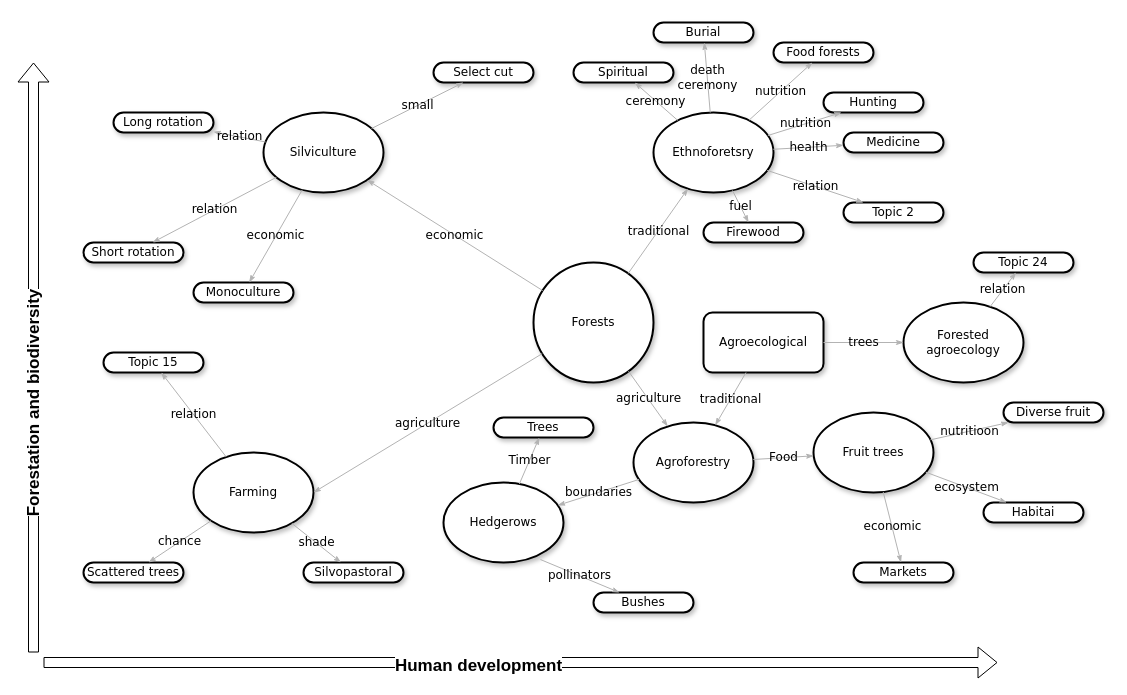
Before: Untitled Diagram.drawio in CWWhitney/ethnoforestry_agroforestry, a draw.io diagram. Source tidied: cells renumbered, new cells numbered last; positions are measured from the earlier drawing's top-left corner, leaving out a move shared by most shapes. Both pictures are drawn from the tidied source at 100%, with x=0, y=0 at pixel (33, 22).
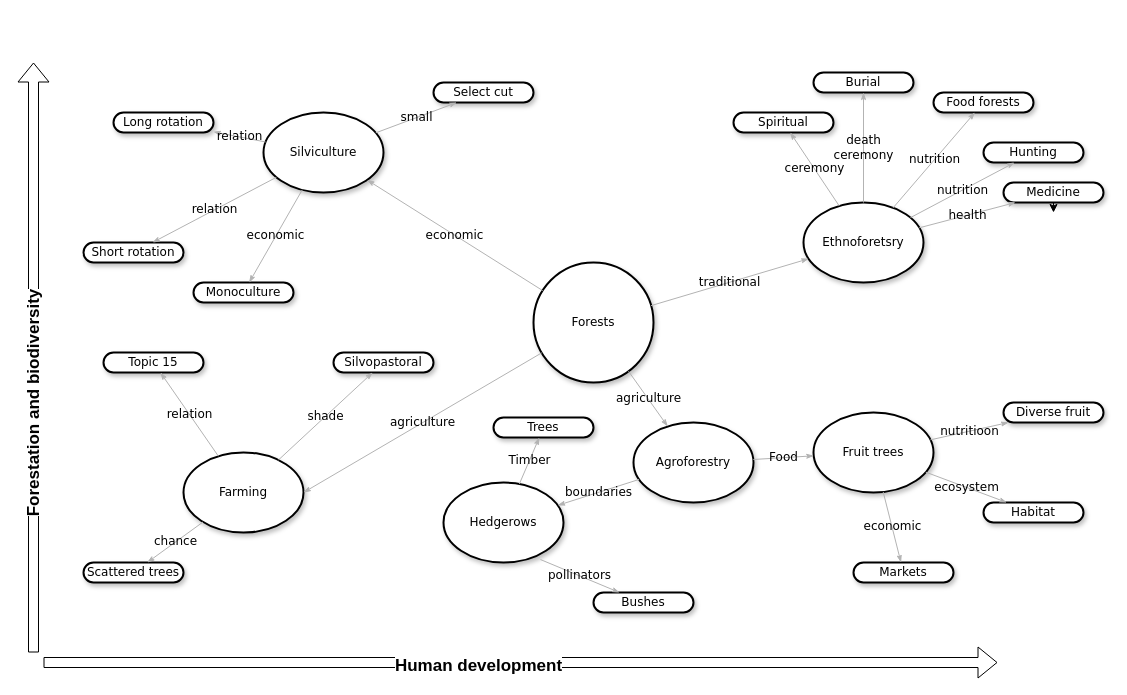
The same page after the edit.

The change refers to these unchanged cells:
```xml
<mxCell id="5" value="&lt;span&gt;Agroforestry&lt;/span&gt;" style="ellipse;whiteSpace=wrap;html=1;rounded=1;shadow=1;comic=0;labelBackgroundColor=none;strokeWidth=2;fontFamily=Verdana;fontSize=12;align=center;" parent="1" vertex="1">
  <mxGeometry x="600" y="400" width="120" height="80" as="geometry" />
</mxCell>
```

The edit, as a diff of the source:
```diff
@@
     <mxCell id="3" value="Ethnoforetsry" style="ellipse;whiteSpace=wrap;html=1;rounded=1;shadow=1;comic=0;labelBackgroundColor=none;strokeWidth=2;fontFamily=Verdana;fontSize=12;align=center;" parent="1" vertex="1">
-      <mxGeometry x="620" y="90" width="120" height="80" as="geometry" />
+      <mxGeometry x="770" y="180" width="120" height="80" as="geometry" />
     </mxCell>
@@
     <mxCell id="10" value="&lt;span&gt;Select cut&lt;/span&gt;" style="whiteSpace=wrap;html=1;rounded=1;shadow=1;comic=0;labelBackgroundColor=none;strokeWidth=2;fontFamily=Verdana;fontSize=12;align=center;arcSize=50;" parent="1" vertex="1">
-      <mxGeometry x="400" y="40" width="100" height="20" as="geometry" />
+      <mxGeometry x="400" y="60" width="100" height="20" as="geometry" />
     </mxCell>
     <mxCell id="11" value="&lt;span&gt;Spiritual&lt;/span&gt;" style="whiteSpace=wrap;html=1;rounded=1;shadow=1;comic=0;labelBackgroundColor=none;strokeWidth=2;fontFamily=Verdana;fontSize=12;align=center;arcSize=50;" parent="1" vertex="1">
-      <mxGeometry x="540" y="40" width="100" height="20" as="geometry" />
+      <mxGeometry x="700" y="90" width="100" height="20" as="geometry" />
     </mxCell>
-    <mxCell id="12" value="Habitai" style="whiteSpace=wrap;html=1;rounded=1;shadow=1;comic=0;labelBackgroundColor=none;strokeWidth=2;fontFamily=Verdana;fontSize=12;align=center;arcSize=50;" parent="1" vertex="1">
+    <mxCell id="12" value="Habitat" style="whiteSpace=wrap;html=1;rounded=1;shadow=1;comic=0;labelBackgroundColor=none;strokeWidth=2;fontFamily=Verdana;fontSize=12;align=center;arcSize=50;" parent="1" vertex="1">
       <mxGeometry x="950" y="480" width="100" height="20" as="geometry" />
     </mxCell>
@@
     <mxCell id="14" value="&lt;span&gt;Burial&lt;/span&gt;" style="whiteSpace=wrap;html=1;rounded=1;shadow=1;comic=0;labelBackgroundColor=none;strokeWidth=2;fontFamily=Verdana;fontSize=12;align=center;arcSize=50;" parent="1" vertex="1">
-      <mxGeometry x="620" width="100" height="20" as="geometry" />
+      <mxGeometry x="780" y="50" width="100" height="20" as="geometry" />
     </mxCell>
     <mxCell id="15" value="&lt;span&gt;Food forests&lt;/span&gt;" style="whiteSpace=wrap;html=1;rounded=1;shadow=1;comic=0;labelBackgroundColor=none;strokeWidth=2;fontFamily=Verdana;fontSize=12;align=center;arcSize=50;" parent="1" vertex="1">
-      <mxGeometry x="740" y="20" width="100" height="20" as="geometry" />
+      <mxGeometry x="900" y="70" width="100" height="20" as="geometry" />
     </mxCell>
     <mxCell id="16" value="&lt;span&gt;Hunting&lt;/span&gt;" style="whiteSpace=wrap;html=1;rounded=1;shadow=1;comic=0;labelBackgroundColor=none;strokeWidth=2;fontFamily=Verdana;fontSize=12;align=center;arcSize=50;" parent="1" vertex="1">
-      <mxGeometry x="790" y="70" width="100" height="20" as="geometry" />
+      <mxGeometry x="950" y="120" width="100" height="20" as="geometry" />
     </mxCell>
+    <mxCell id="64" style="edgeStyle=orthogonalEdgeStyle;rounded=0;jettySize=auto;html=1;exitX=0.5;exitY=0;exitDx=0;exitDy=0;" parent="1" edge="1" source="17">
+      <mxGeometry relative="1" as="geometry">
+        <mxPoint x="1020" y="190" as="targetPoint" />
+      </mxGeometry>
+    </mxCell>
     <mxCell id="17" value="&lt;span&gt;Medicine&lt;/span&gt;" style="whiteSpace=wrap;html=1;rounded=1;shadow=1;comic=0;labelBackgroundColor=none;strokeWidth=2;fontFamily=Verdana;fontSize=12;align=center;arcSize=50;" parent="1" vertex="1">
-      <mxGeometry x="810" y="110" width="100" height="20" as="geometry" />
+      <mxGeometry x="970" y="160" width="100" height="20" as="geometry" />
     </mxCell>
-    <mxCell id="18" value="&lt;span&gt;Topic 2&lt;/span&gt;" style="whiteSpace=wrap;html=1;rounded=1;shadow=1;comic=0;labelBackgroundColor=none;strokeWidth=2;fontFamily=Verdana;fontSize=12;align=center;arcSize=50;" parent="1" vertex="1">
-      <mxGeometry x="810" y="180" width="100" height="20" as="geometry" />
-    </mxCell>
-    <mxCell id="19" value="Firewood" style="whiteSpace=wrap;html=1;rounded=1;shadow=1;comic=0;labelBackgroundColor=none;strokeWidth=2;fontFamily=Verdana;fontSize=12;align=center;arcSize=50;" parent="1" vertex="1">
-      <mxGeometry x="670" y="200" width="100" height="20" as="geometry" />
-    </mxCell>
@@
-    <mxCell id="32" value="fuel" style="edgeStyle=none;rounded=1;html=1;labelBackgroundColor=none;startArrow=none;startFill=0;startSize=5;endArrow=classicThin;endFill=1;endSize=5;jettySize=auto;strokeColor=#B3B3B3;strokeWidth=1;fontFamily=Verdana;fontSize=12;" parent="1" edge="1" source="3" target="19">
-      <mxGeometry relative="1" as="geometry" />
-    </mxCell>
-    <mxCell id="33" value="relation" style="edgeStyle=none;rounded=1;html=1;labelBackgroundColor=none;startArrow=none;startFill=0;startSize=5;endArrow=classicThin;endFill=1;endSize=5;jettySize=auto;strokeColor=#B3B3B3;strokeWidth=1;fontFamily=Verdana;fontSize=12;" parent="1" edge="1" source="3" target="18">
-      <mxGeometry relative="1" as="geometry" />
-    </mxCell>
@@
-    <mxCell id="40" value="Agroecological" style="rounded=1;whiteSpace=wrap;html=1;shadow=1;comic=0;labelBackgroundColor=none;strokeWidth=2;fontFamily=Verdana;fontSize=12;align=center;" parent="1" vertex="1">
-      <mxGeometry x="670" y="290" width="120" height="60" as="geometry" />
-    </mxCell>
-    <mxCell id="41" value="&lt;span&gt;Forested agroecology&lt;/span&gt;" style="ellipse;whiteSpace=wrap;html=1;rounded=1;shadow=1;comic=0;labelBackgroundColor=none;strokeWidth=2;fontFamily=Verdana;fontSize=12;align=center;" parent="1" vertex="1">
-      <mxGeometry x="870" y="280" width="120" height="80" as="geometry" />
-    </mxCell>
-    <mxCell id="42" value="&lt;span&gt;Topic 24&lt;/span&gt;" style="whiteSpace=wrap;html=1;rounded=1;shadow=1;comic=0;labelBackgroundColor=none;strokeWidth=2;fontFamily=Verdana;fontSize=12;align=center;arcSize=50;" parent="1" vertex="1">
-      <mxGeometry x="940" y="230" width="100" height="20" as="geometry" />
-    </mxCell>
@@
-    <mxCell id="46" value="relation" style="edgeStyle=none;rounded=1;html=1;labelBackgroundColor=none;startArrow=none;startFill=0;startSize=5;endArrow=classicThin;endFill=1;endSize=5;jettySize=auto;strokeColor=#B3B3B3;strokeWidth=1;fontFamily=Verdana;fontSize=12;" parent="1" edge="1" source="41" target="42">
-      <mxGeometry relative="1" as="geometry" />
-    </mxCell>
-    <mxCell id="47" value="trees" style="edgeStyle=none;rounded=1;html=1;labelBackgroundColor=none;startArrow=none;startFill=0;startSize=5;endArrow=classicThin;endFill=1;endSize=5;jettySize=auto;strokeColor=#B3B3B3;strokeWidth=1;fontFamily=Verdana;fontSize=12;" parent="1" edge="1" source="40" target="41">
-      <mxGeometry relative="1" as="geometry" />
+    <mxCell id="47" value="trees" style="edgeStyle=none;rounded=1;html=1;labelBackgroundColor=none;startArrow=none;startFill=0;startSize=5;endArrow=classicThin;endFill=1;endSize=5;jettySize=auto;orthogonalLoop=1;strokeColor=#B3B3B3;strokeWidth=1;fontFamily=Verdana;fontSize=12;" parent="1" edge="1">
+      <mxGeometry relative="1" as="geometry">
+        <mxPoint x="790" y="320" as="sourcePoint" />
+      </mxGeometry>
     </mxCell>
-    <mxCell id="48" value="traditional" style="edgeStyle=none;rounded=1;html=1;labelBackgroundColor=none;startArrow=none;startFill=0;startSize=5;endArrow=classicThin;endFill=1;endSize=5;jettySize=auto;strokeColor=#B3B3B3;strokeWidth=1;fontFamily=Verdana;fontSize=12;" parent="1" edge="1" source="40" target="5">
-      <mxGeometry relative="1" as="geometry" />
-    </mxCell>
     <mxCell id="49" value="&lt;span&gt;Farming&lt;/span&gt;" style="ellipse;whiteSpace=wrap;html=1;rounded=1;shadow=1;comic=0;labelBackgroundColor=none;strokeWidth=2;fontFamily=Verdana;fontSize=12;align=center;" parent="1" vertex="1">
-      <mxGeometry x="160" y="430" width="120" height="80" as="geometry" />
+      <mxGeometry x="150" y="430" width="120" height="80" as="geometry" />
     </mxCell>
     <mxCell id="50" value="&lt;span&gt;Silvopastoral&lt;/span&gt;" style="whiteSpace=wrap;html=1;rounded=1;shadow=1;comic=0;labelBackgroundColor=none;strokeWidth=2;fontFamily=Verdana;fontSize=12;align=center;arcSize=50;" parent="1" vertex="1">
-      <mxGeometry x="270" y="540" width="100" height="20" as="geometry" />
+      <mxGeometry x="300" y="330" width="100" height="20" as="geometry" />
     </mxCell>
```
